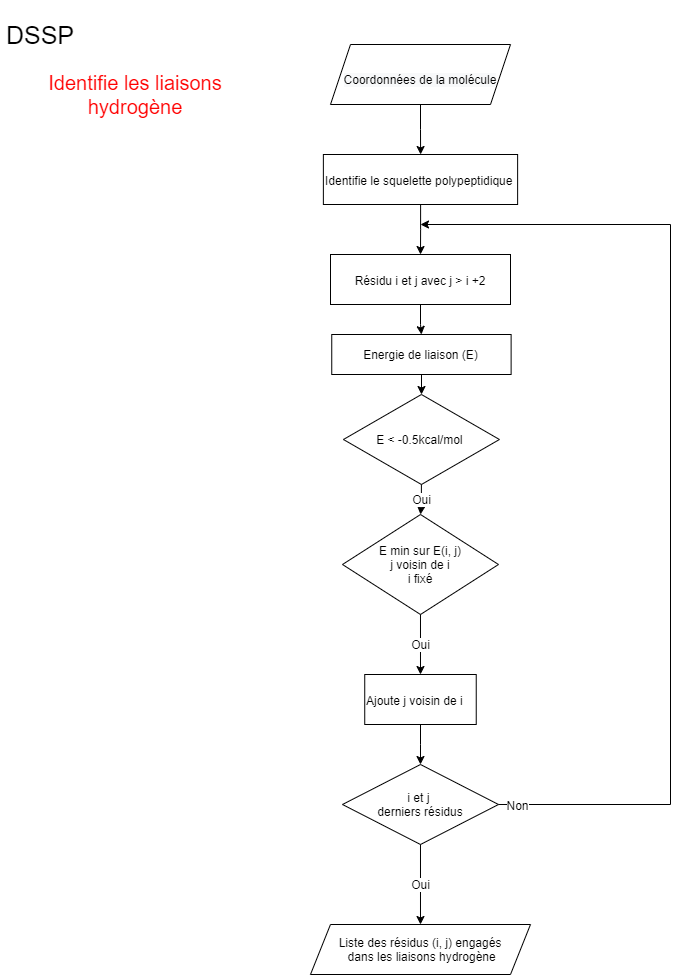
This is images/flowcharts/flowcharts-Page-1.png from mehdimunim/Helix-Analysis-Program, a draw.io export, as it was before one commit. Source tidied: cells renumbered, new cells last; positions are measured from the earlier drawing's top-left corner, leaving out a move shared by most shapes.
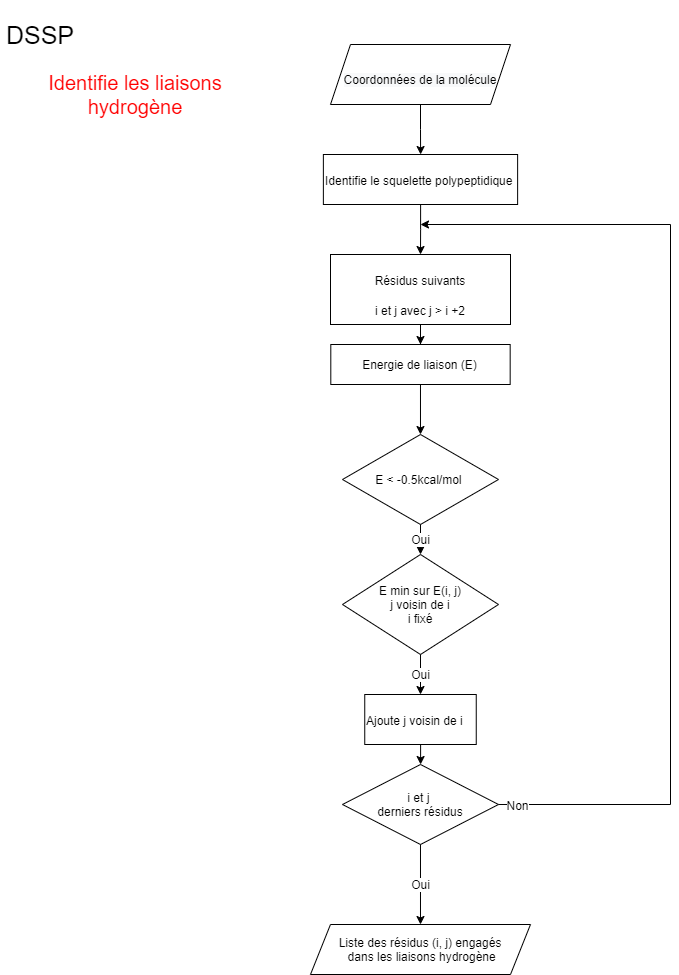
The same file after the commit.

What changed in the source:
```diff
@@ -26,25 +26,25 @@
       <mxGeometry relative="1" as="geometry" />
     </mxCell>
     <mxCell id="9" value="Energie de liaison (E)" style="rounded=0;whiteSpace=wrap;html=1;shadow=0;fillColor=none;fontSize=12;align=center;" parent="1" vertex="1">
-      <mxGeometry x="331.2" y="310" width="179.4" height="40" as="geometry" />
+      <mxGeometry x="330.3" y="320" width="179.4" height="40" as="geometry" />
     </mxCell>
     <mxCell id="10" value="Oui" style="edgeStyle=orthogonalEdgeStyle;rounded=0;jettySize=auto;html=1;fontSize=12;" parent="1" edge="1" source="11" target="15">
       <mxGeometry relative="1" as="geometry" />
     </mxCell>
     <mxCell id="11" value="E &amp;lt; -0.5kcal/mol&amp;nbsp;" style="rhombus;whiteSpace=wrap;html=1;shadow=0;fillColor=none;fontSize=12;align=center;" parent="1" vertex="1">
-      <mxGeometry x="342.9" y="370" width="156" height="90" as="geometry" />
+      <mxGeometry x="342" y="410" width="156" height="90" as="geometry" />
     </mxCell>
     <mxCell id="12" style="edgeStyle=orthogonalEdgeStyle;rounded=0;jettySize=auto;html=1;entryX=0.5;entryY=0;entryDx=0;entryDy=0;fontSize=12;" parent="1" edge="1" source="13" target="19">
       <mxGeometry relative="1" as="geometry" />
     </mxCell>
     <mxCell id="13" value="&lt;span style=&quot;font-size: 12px&quot;&gt;Ajoute j voisin de i&lt;/span&gt;" style="rounded=0;whiteSpace=wrap;html=1;shadow=0;fillColor=none;fontSize=25;align=left;verticalAlign=top;" parent="1" vertex="1">
-      <mxGeometry x="364.2" y="650" width="111.5" height="50" as="geometry" />
+      <mxGeometry x="364.2" y="670" width="111.5" height="50" as="geometry" />
     </mxCell>
     <mxCell id="14" value="Oui" style="edgeStyle=orthogonalEdgeStyle;rounded=0;jettySize=auto;html=1;entryX=0.5;entryY=0;entryDx=0;entryDy=0;fontSize=12;" parent="1" edge="1" source="15" target="13">
       <mxGeometry relative="1" as="geometry" />
     </mxCell>
     <mxCell id="15" value="E min sur E(i, j)&lt;br&gt;j voisin de i&lt;br&gt;i fixé" style="rhombus;whiteSpace=wrap;html=1;shadow=0;fillColor=none;fontSize=12;align=center;" parent="1" vertex="1">
-      <mxGeometry x="342" y="490" width="156" height="100" as="geometry" />
+      <mxGeometry x="342" y="530" width="156" height="100" as="geometry" />
     </mxCell>
     <mxCell id="16" value="Oui" style="edgeStyle=orthogonalEdgeStyle;rounded=0;jettySize=auto;html=1;fontSize=12;" parent="1" edge="1" source="19" target="22">
       <mxGeometry relative="1" as="geometry" />
@@ -68,8 +68,8 @@
     <mxCell id="20" style="edgeStyle=orthogonalEdgeStyle;rounded=0;jettySize=auto;html=1;entryX=0.5;entryY=0;entryDx=0;entryDy=0;fontSize=12;" parent="1" edge="1" source="21" target="9">
       <mxGeometry relative="1" as="geometry" />
     </mxCell>
-    <mxCell id="21" value="&lt;font face=&quot;helvetica&quot;&gt;&lt;span style=&quot;font-size: 12px&quot;&gt;Résidu i et j avec j &amp;gt; i +2&lt;/span&gt;&lt;/font&gt;" style="rounded=0;whiteSpace=wrap;html=1;shadow=0;fillColor=none;fontSize=25;align=center;verticalAlign=top;labelPosition=center;verticalLabelPosition=middle;" parent="1" vertex="1">
-      <mxGeometry x="330" y="230" width="180" height="50" as="geometry" />
+    <mxCell id="21" value="&lt;font face=&quot;helvetica&quot;&gt;&lt;span style=&quot;font-size: 12px&quot;&gt;Résidus suivants&lt;br&gt;&amp;nbsp;i et j avec j &amp;gt; i +2&amp;nbsp;&lt;br&gt;&lt;/span&gt;&lt;/font&gt;" style="rounded=0;whiteSpace=wrap;html=1;shadow=0;fillColor=none;fontSize=25;align=center;verticalAlign=top;labelPosition=center;verticalLabelPosition=middle;" parent="1" vertex="1">
+      <mxGeometry x="330" y="230" width="180" height="70" as="geometry" />
     </mxCell>
     <mxCell id="22" value="Liste des résidus (i, j) engagés&lt;br&gt;&amp;nbsp;dans les liaisons hydrogène" style="shape=parallelogram;perimeter=parallelogramPerimeter;whiteSpace=wrap;html=1;fixedSize=1;shadow=0;fillColor=none;fontSize=12;" parent="1" vertex="1">
       <mxGeometry x="310" y="900" width="220" height="50" as="geometry" />
```
